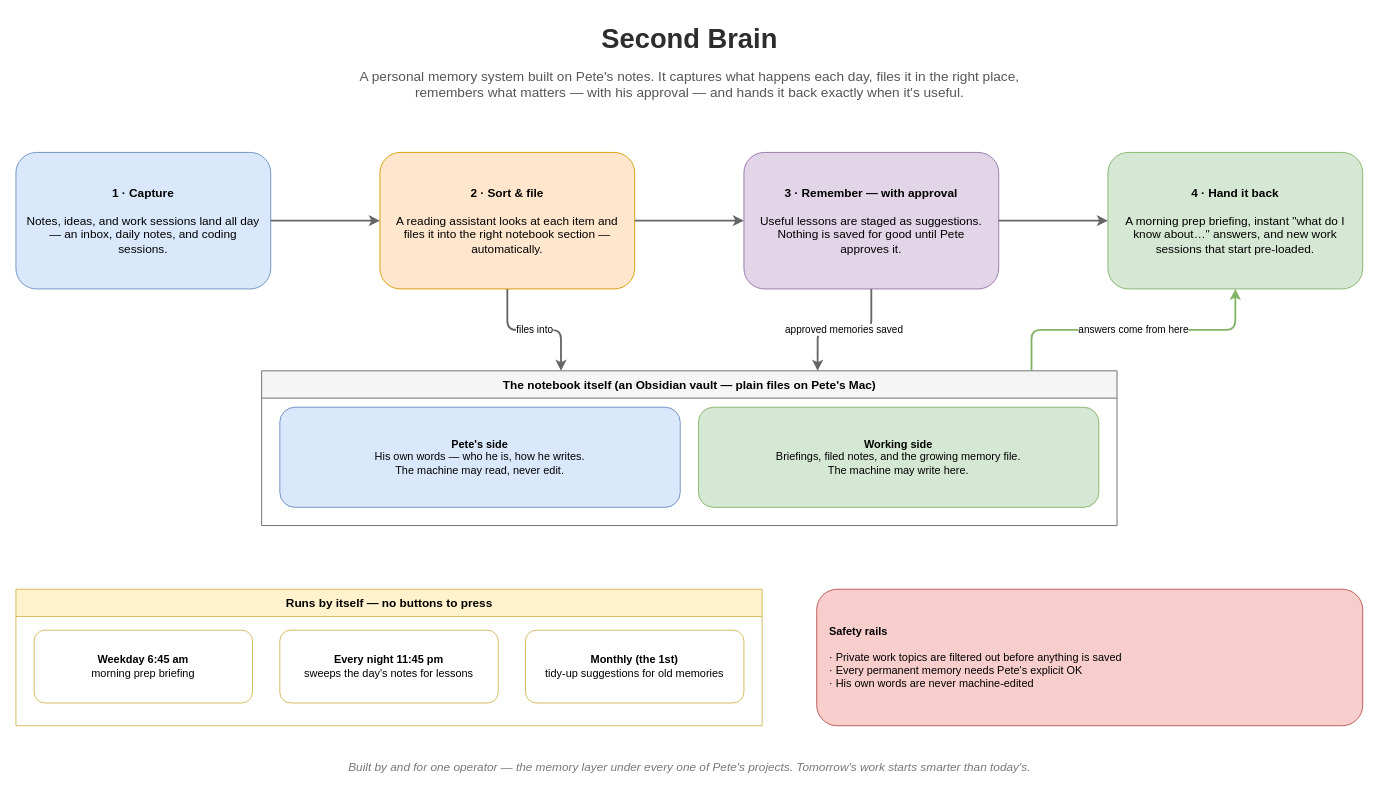
The draw.io diagram docs/second-brain-purpose.drawio in UsernameTron/second-brain, before the edit. Source tidied: cells renumbered, new cells numbered last; positions are measured from the earlier drawing's top-left corner, leaving out a move shared by most shapes. Both pictures are drawn from the tidied source at 91%, with x=0, y=0 at pixel (15, 15).
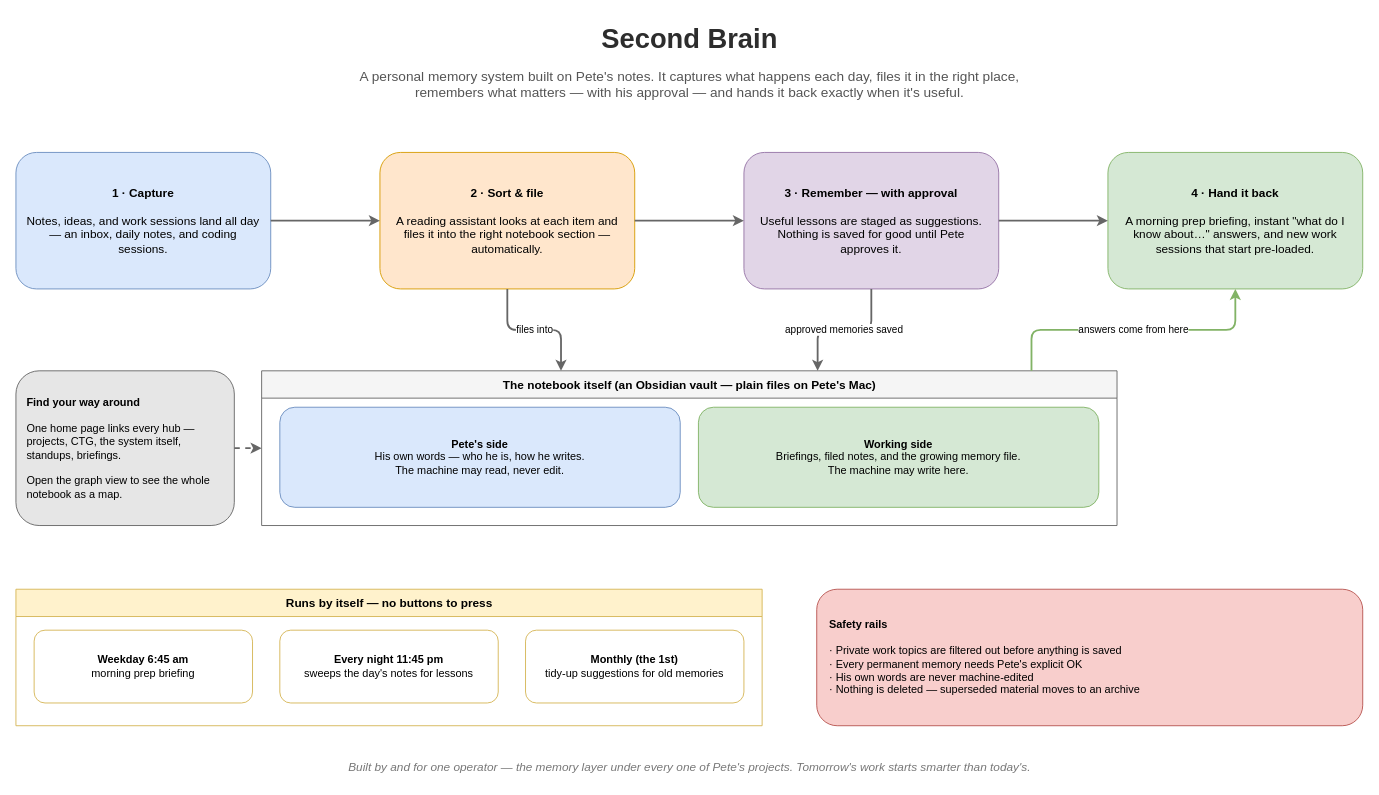
The same page after the edit.

Unchanged cells that the change refers to:
```xml
<mxCell id="11" value="The notebook itself (an Obsidian vault — plain files on Pete's Mac)" style="swimlane;startSize=30;html=1;fillColor=#f5f5f5;strokeColor=#666666;fontSize=13;fontStyle=1;" parent="1" vertex="1">
  <mxGeometry x="270" y="390" width="940" height="170" as="geometry" />
</mxCell>
```

What changed in the source:
```diff
@@
+    <mxCell id="23" value="&lt;b&gt;Find your way around&lt;/b&gt;&#10;&#10;One home page links every hub — projects, CTG, the system itself, standups, briefings.&#10;&#10;Open the graph view to see the whole notebook as a map." style="rounded=1;whiteSpace=wrap;html=1;fillColor=#e6e6e6;strokeColor=#666666;fontSize=12;align=left;spacing=12;" parent="1" vertex="1">
+      <mxGeometry y="390" width="240" height="170" as="geometry" />
+    </mxCell>
+    <mxCell id="24" style="edgeStyle=orthogonalEdgeStyle;rounded=1;jettySize=auto;html=1;strokeWidth=2;strokeColor=#666666;dashed=1;exitX=1;exitY=0.5;entryX=0;entryY=0.5;" parent="1" edge="1" source="23" target="11">
+      <mxGeometry relative="1" as="geometry" />
+    </mxCell>
@@
-    <mxCell id="21" value="&lt;b&gt;Safety rails&lt;/b&gt;&#10;&#10;· Private work topics are filtered out before anything is saved&#10;· Every permanent memory needs Pete's explicit OK&#10;· His own words are never machine-edited" style="rounded=1;whiteSpace=wrap;html=1;fillColor=#f8cecc;strokeColor=#b85450;fontSize=12;align=left;spacing=14;" parent="1" vertex="1">
+    <mxCell id="21" value="&lt;b&gt;Safety rails&lt;/b&gt;&#10;&#10;· Private work topics are filtered out before anything is saved&#10;· Every permanent memory needs Pete's explicit OK&#10;· His own words are never machine-edited&#10;· Nothing is deleted — superseded material moves to an archive" style="rounded=1;whiteSpace=wrap;html=1;fillColor=#f8cecc;strokeColor=#b85450;fontSize=12;align=left;spacing=14;" parent="1" vertex="1">
       <mxGeometry x="880" y="630" width="600" height="150" as="geometry" />
     </mxCell>
```
